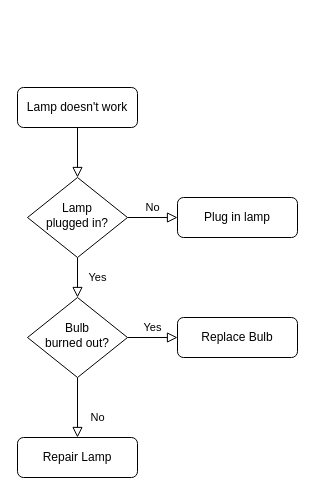
The draw.io diagram drawings/wfcexport.drawio in schmm2/zea-docs, before the edit. Source tidied: cells renumbered, new cells numbered last; positions are measured from the earlier drawing's top-left corner, leaving out a move shared by most shapes. Both pictures are drawn from the tidied source at 100%, with x=0, y=0 at pixel (17, 87). Pictures stored in the file or linked from it are replaced by grey dashed boxes.
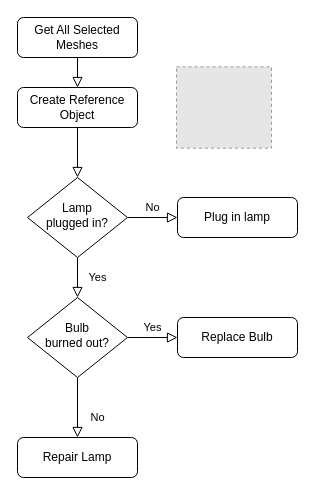
Above is the later version.

What changed in the source:
```diff
@@
 <mxGraphModel>
   <root>
     <mxCell id="0" />
     <mxCell id="1" parent="0" />
-    <mxCell id="2" style="rounded=0;html=1;jettySize=auto;fontSize=11;endArrow=block;endFill=0;endSize=8;strokeWidth=1;shadow=0;labelBackgroundColor=none;edgeStyle=orthogonalEdgeStyle;" parent="1" edge="1" source="3" target="6">
+    <mxCell id="2" style="rounded=0;html=1;jettySize=auto;fontSize=11;endArrow=block;endFill=0;endSize=8;strokeWidth=1;shadow=0;labelBackgroundColor=none;edgeStyle=orthogonalEdgeStyle;entryX=0.5;entryY=0;entryDx=0;entryDy=0;" parent="1" edge="1" source="3" target="13">
       <mxGeometry relative="1" as="geometry" />
     </mxCell>
-    <mxCell id="3" value="Lamp doesn't work" style="rounded=1;whiteSpace=wrap;html=1;fontSize=12;glass=0;strokeWidth=1;shadow=0;" parent="1" vertex="1">
-      <mxGeometry width="120" height="40" as="geometry" />
+    <mxCell id="3" value="Get All Selected Meshes" style="rounded=1;whiteSpace=wrap;html=1;fontSize=12;glass=0;strokeWidth=1;shadow=0;" parent="1" vertex="1">
+      <mxGeometry y="-70" width="120" height="40" as="geometry" />
     </mxCell>
     <mxCell id="4" value="Yes" style="rounded=0;html=1;jettySize=auto;fontSize=11;endArrow=block;endFill=0;endSize=8;strokeWidth=1;shadow=0;labelBackgroundColor=none;edgeStyle=orthogonalEdgeStyle;" parent="1" edge="1" source="6" target="10">
       <mxGeometry y="20" relative="1" as="geometry" />
     </mxCell>
     <mxCell id="5" value="No" style="edgeStyle=orthogonalEdgeStyle;rounded=0;html=1;jettySize=auto;fontSize=11;endArrow=block;endFill=0;endSize=8;strokeWidth=1;shadow=0;labelBackgroundColor=none;" parent="1" edge="1" source="6" target="7">
       <mxGeometry y="10" relative="1" as="geometry" />
     </mxCell>
     <mxCell id="6" value="Lamp&lt;br&gt;plugged in?" style="rhombus;whiteSpace=wrap;html=1;shadow=0;fontFamily=Helvetica;fontSize=12;align=center;strokeWidth=1;spacing=6;spacingTop=-4;" parent="1" vertex="1">
       <mxGeometry x="10" y="90" width="100" height="80" as="geometry" />
     </mxCell>
     <mxCell id="7" value="Plug in lamp" style="rounded=1;whiteSpace=wrap;html=1;fontSize=12;glass=0;strokeWidth=1;shadow=0;" parent="1" vertex="1">
       <mxGeometry x="160" y="110" width="120" height="40" as="geometry" />
     </mxCell>
     <mxCell id="8" value="No" style="rounded=0;html=1;jettySize=auto;fontSize=11;endArrow=block;endFill=0;endSize=8;strokeWidth=1;shadow=0;labelBackgroundColor=none;edgeStyle=orthogonalEdgeStyle;" parent="1" edge="1" source="10" target="11">
       <mxGeometry x="0.33" y="20" relative="1" as="geometry" />
     </mxCell>
     <mxCell id="9" value="Yes" style="edgeStyle=orthogonalEdgeStyle;rounded=0;html=1;jettySize=auto;fontSize=11;endArrow=block;endFill=0;endSize=8;strokeWidth=1;shadow=0;labelBackgroundColor=none;" parent="1" edge="1" source="10" target="12">
       <mxGeometry y="10" relative="1" as="geometry" />
     </mxCell>
     <mxCell id="10" value="Bulb&lt;br&gt;burned out?" style="rhombus;whiteSpace=wrap;html=1;shadow=0;fontFamily=Helvetica;fontSize=12;align=center;strokeWidth=1;spacing=6;spacingTop=-4;" parent="1" vertex="1">
       <mxGeometry x="10" y="210" width="100" height="80" as="geometry" />
     </mxCell>
     <mxCell id="11" value="Repair Lamp" style="rounded=1;whiteSpace=wrap;html=1;fontSize=12;glass=0;strokeWidth=1;shadow=0;" parent="1" vertex="1">
       <mxGeometry y="350" width="120" height="40" as="geometry" />
     </mxCell>
     <mxCell id="12" value="Replace Bulb" style="rounded=1;whiteSpace=wrap;html=1;fontSize=12;glass=0;strokeWidth=1;shadow=0;" parent="1" vertex="1">
       <mxGeometry x="160" y="230" width="120" height="40" as="geometry" />
     </mxCell>
+    <mxCell id="13" value="Create Reference Object" style="rounded=1;whiteSpace=wrap;html=1;fontSize=12;glass=0;strokeWidth=1;shadow=0;" parent="1" vertex="1">
+      <mxGeometry width="120" height="40" as="geometry" />
+    </mxCell>
+    <mxCell id="14" style="rounded=0;html=1;jettySize=auto;fontSize=11;endArrow=block;endFill=0;endSize=8;strokeWidth=1;shadow=0;labelBackgroundColor=none;edgeStyle=orthogonalEdgeStyle;entryX=0.5;entryY=0;entryDx=0;entryDy=0;exitX=0.5;exitY=1;exitDx=0;exitDy=0;" parent="1" edge="1" source="13" target="6">
+      <mxGeometry relative="1" as="geometry" />
+    </mxCell>
+    <mxCell id="15" style="fillColor=#E6E6E6;strokeColor=#999999;dashed=1;verticalLabelPosition=bottom;verticalAlign=top;" parent="1" vertex="1">
+      <mxGeometry x="159" y="-20.7" width="95" height="81.4" as="geometry" />
+    </mxCell>
   </root>
 </mxGraphModel>
```
